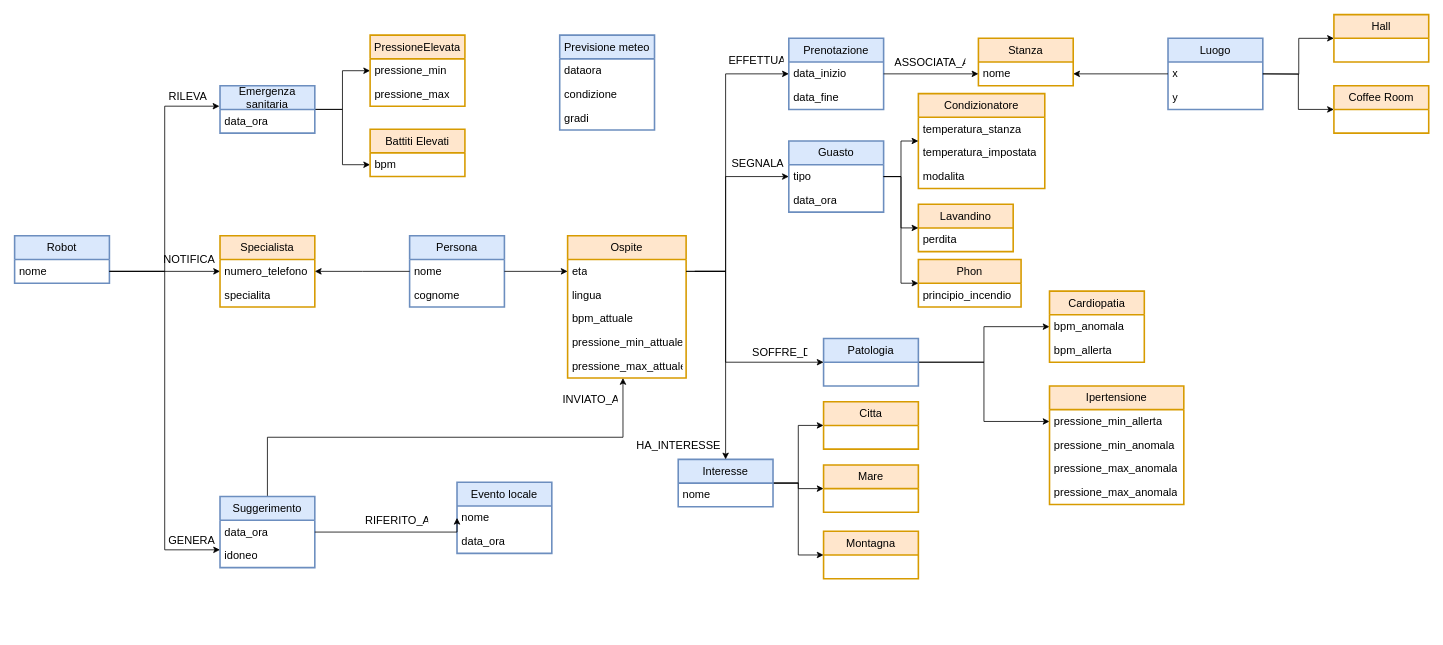
Above: src/knowledge_base/ontology.drawio in A-rgonaut/LM-32_HrR_Hotel-receptionist_Robot (draw.io), before the change. Source tidied: cells renumbered, new cells numbered last; positions are measured from the earlier drawing's top-left corner, leaving out a move shared by most shapes. Both pictures are drawn from the tidied source at 79%, with x=0, y=0 at pixel (14, 14).
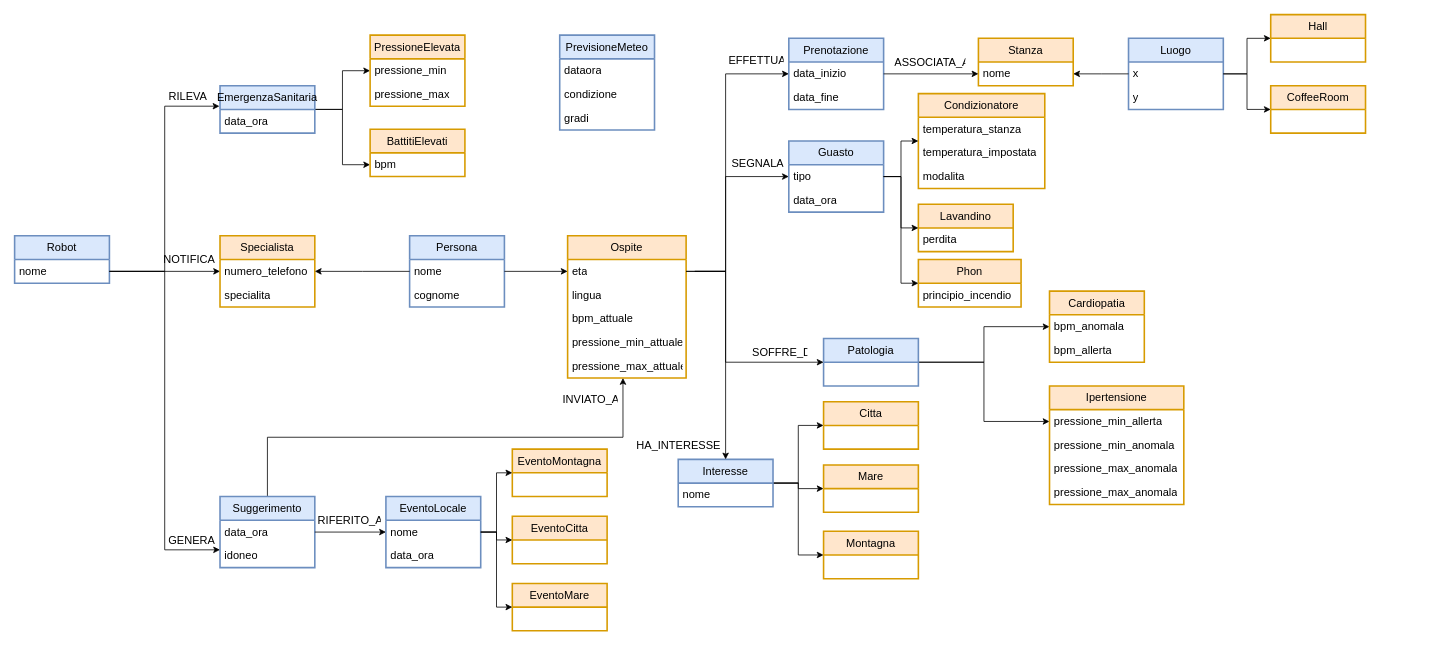
After the change.

The change refers to these unchanged cells:
```xml
<mxCell id="31" value="x" style="text;strokeColor=none;fillColor=none;align=left;verticalAlign=middle;spacingLeft=4;spacingRight=4;overflow=hidden;points=[[0,0.5],[1,0.5]];portConstraint=eastwest;whiteSpace=wrap;html=1;fontSize=14;fontFamily=Cambria;strokeWidth=2;" parent="30" vertex="1">
  <mxGeometry y="30" width="120" height="30" as="geometry" />
</mxCell>
<mxCell id="55" value="data_ora" style="text;strokeColor=none;fillColor=none;align=left;verticalAlign=middle;spacingLeft=4;spacingRight=4;overflow=hidden;points=[[0,0.5],[1,0.5]];portConstraint=eastwest;whiteSpace=wrap;html=1;fontSize=14;fontFamily=Cambria;strokeWidth=2;" parent="54" vertex="1">
  <mxGeometry y="30" width="120" height="30" as="geometry" />
</mxCell>
<mxCell id="58" value="nome" style="text;strokeColor=none;fillColor=none;align=left;verticalAlign=middle;spacingLeft=4;spacingRight=4;overflow=hidden;points=[[0,0.5],[1,0.5]];portConstraint=eastwest;whiteSpace=wrap;html=1;fontSize=14;fontFamily=Cambria;strokeWidth=2;" parent="57" vertex="1">
  <mxGeometry y="30" width="120" height="30" as="geometry" />
</mxCell>
```

What changed in the source:
```diff
@@
     <mxCell id="30" value="Luogo" style="swimlane;fontStyle=0;horizontal=1;startSize=30;whiteSpace=wrap;html=1;fontSize=14;fontFamily=Cambria;fillColor=#dae8fc;strokeColor=#6c8ebf;strokeWidth=2;" parent="1" vertex="1">
-      <mxGeometry x="1460" y="30" width="120" height="90" as="geometry" />
+      <mxGeometry x="1410" y="30" width="120" height="90" as="geometry" />
     </mxCell>
@@
-    <mxCell id="51" value="Emergenza&lt;div&gt;sanitaria&lt;/div&gt;" style="swimlane;fontStyle=0;horizontal=1;startSize=30;whiteSpace=wrap;html=1;fontSize=14;fontFamily=Cambria;fillColor=#dae8fc;strokeColor=#6c8ebf;strokeWidth=2;" parent="1" vertex="1">
+    <mxCell id="51" value="EmergenzaS&lt;span style=&quot;background-color: transparent; color: light-dark(rgb(0, 0, 0), rgb(255, 255, 255));&quot;&gt;anitaria&lt;/span&gt;" style="swimlane;fontStyle=0;horizontal=1;startSize=30;whiteSpace=wrap;html=1;fontSize=14;fontFamily=Cambria;fillColor=#dae8fc;strokeColor=#6c8ebf;strokeWidth=2;" parent="1" vertex="1">
       <mxGeometry x="260" y="90" width="120" height="60" as="geometry" />
     </mxCell>
@@
-    <mxCell id="57" value="Evento locale" style="swimlane;fontStyle=0;horizontal=1;startSize=30;whiteSpace=wrap;html=1;fontSize=14;fontFamily=Cambria;fillColor=#dae8fc;strokeColor=#6c8ebf;strokeWidth=2;" parent="1" vertex="1">
-      <mxGeometry x="560" y="592" width="120" height="90" as="geometry" />
+    <mxCell id="57" value="EventoLocale" style="swimlane;fontStyle=0;horizontal=1;startSize=30;whiteSpace=wrap;html=1;fontSize=14;fontFamily=Cambria;fillColor=#dae8fc;strokeColor=#6c8ebf;strokeWidth=2;" parent="1" vertex="1">
+      <mxGeometry x="470" y="610" width="120" height="90" as="geometry" />
     </mxCell>
@@
-    <mxCell id="60" value="Previsione meteo" style="swimlane;fontStyle=0;horizontal=1;startSize=30;whiteSpace=wrap;html=1;fontSize=14;fontFamily=Cambria;fillColor=#dae8fc;strokeColor=#6c8ebf;strokeWidth=2;" parent="1" vertex="1">
+    <mxCell id="60" value="PrevisioneMeteo" style="swimlane;fontStyle=0;horizontal=1;startSize=30;whiteSpace=wrap;html=1;fontSize=14;fontFamily=Cambria;fillColor=#dae8fc;strokeColor=#6c8ebf;strokeWidth=2;" parent="1" vertex="1">
       <mxGeometry x="690" y="26" width="120" height="120" as="geometry" />
     </mxCell>
@@
     <mxCell id="71" value="RIFERITO_A" style="text;strokeColor=none;fillColor=none;align=right;verticalAlign=middle;spacingLeft=4;spacingRight=4;overflow=hidden;whiteSpace=wrap;html=1;fontSize=14;fontFamily=Cambria;strokeWidth=2;" parent="1" vertex="1">
-      <mxGeometry x="440" y="623" width="90" height="34" as="geometry" />
+      <mxGeometry x="380" y="623" width="90" height="34" as="geometry" />
     </mxCell>
@@
-    <mxCell id="76" value="Battiti Elevati" style="swimlane;fontStyle=0;horizontal=1;startSize=30;whiteSpace=wrap;html=1;fontSize=14;fontFamily=Cambria;fillColor=#ffe6cc;strokeColor=#d79b00;strokeWidth=2;" parent="1" vertex="1">
+    <mxCell id="76" value="BattitiElevati" style="swimlane;fontStyle=0;horizontal=1;startSize=30;whiteSpace=wrap;html=1;fontSize=14;fontFamily=Cambria;fillColor=#ffe6cc;strokeColor=#d79b00;strokeWidth=2;" parent="1" vertex="1">
       <mxGeometry x="450" y="145" width="120" height="60" as="geometry" />
     </mxCell>
@@
-    <mxCell id="81" value="Coffee Room" style="swimlane;fontStyle=0;horizontal=1;startSize=30;whiteSpace=wrap;html=1;fontSize=14;fontFamily=Cambria;fillColor=#ffe6cc;strokeColor=#d79b00;strokeWidth=2;" parent="1" vertex="1">
-      <mxGeometry x="1670" y="90" width="120" height="60" as="geometry" />
+    <mxCell id="81" value="CoffeeRoom" style="swimlane;fontStyle=0;horizontal=1;startSize=30;whiteSpace=wrap;html=1;fontSize=14;fontFamily=Cambria;fillColor=#ffe6cc;strokeColor=#d79b00;strokeWidth=2;" parent="1" vertex="1">
+      <mxGeometry x="1590" y="90" width="120" height="60" as="geometry" />
     </mxCell>
     <mxCell id="82" value="Hall" style="swimlane;fontStyle=0;horizontal=1;startSize=30;whiteSpace=wrap;html=1;fontSize=14;fontFamily=Cambria;fillColor=#ffe6cc;strokeColor=#d79b00;strokeWidth=2;" parent="1" vertex="1">
-      <mxGeometry x="1670" width="120" height="60" as="geometry" />
+      <mxGeometry x="1590" width="120" height="60" as="geometry" />
     </mxCell>
@@
-    <mxCell id="96" style="edgeStyle=orthogonalEdgeStyle;rounded=0;jettySize=auto;html=1;entryX=0;entryY=0.5;entryDx=0;entryDy=0;" parent="1" edge="1" target="82">
-      <mxGeometry relative="1" as="geometry">
-        <mxPoint x="1580" y="75" as="sourcePoint" />
-      </mxGeometry>
-    </mxCell>
@@
-    <mxCell id="102" style="edgeStyle=orthogonalEdgeStyle;rounded=0;jettySize=auto;html=1;exitX=1;exitY=0.5;exitDx=0;exitDy=0;entryX=0;entryY=0.5;entryDx=0;entryDy=0;" parent="1" edge="1" source="55" target="58">
-      <mxGeometry relative="1" as="geometry">
-        <Array as="points">
-          <mxPoint x="560" y="655" />
-        </Array>
-      </mxGeometry>
-    </mxCell>
+    <mxCell id="103" style="edgeStyle=orthogonalEdgeStyle;rounded=0;jettySize=auto;html=1;exitX=1;exitY=0.5;exitDx=0;exitDy=0;entryX=0;entryY=0.5;entryDx=0;entryDy=0;" parent="1" edge="1" source="55" target="57">
+      <mxGeometry relative="1" as="geometry" />
+    </mxCell>
+    <mxCell id="104" value="EventoMontagna" style="swimlane;fontStyle=0;horizontal=1;startSize=30;whiteSpace=wrap;html=1;fontSize=14;fontFamily=Cambria;fillColor=#ffe6cc;strokeColor=#d79b00;strokeWidth=2;" parent="1" vertex="1">
+      <mxGeometry x="630" y="550" width="120" height="60" as="geometry" />
+    </mxCell>
+    <mxCell id="105" value="EventoMare" style="swimlane;fontStyle=0;horizontal=1;startSize=30;whiteSpace=wrap;html=1;fontSize=14;fontFamily=Cambria;fillColor=#ffe6cc;strokeColor=#d79b00;strokeWidth=2;" parent="1" vertex="1">
+      <mxGeometry x="630" y="720" width="120" height="60" as="geometry" />
+    </mxCell>
+    <mxCell id="106" value="EventoCitta" style="swimlane;fontStyle=0;horizontal=1;startSize=30;whiteSpace=wrap;html=1;fontSize=14;fontFamily=Cambria;fillColor=#ffe6cc;strokeColor=#d79b00;strokeWidth=2;" parent="1" vertex="1">
+      <mxGeometry x="630" y="635" width="120" height="60" as="geometry" />
+    </mxCell>
+    <mxCell id="107" style="edgeStyle=orthogonalEdgeStyle;rounded=0;jettySize=auto;html=1;exitX=1;exitY=0.5;exitDx=0;exitDy=0;entryX=0;entryY=0.5;entryDx=0;entryDy=0;" parent="1" edge="1" source="58" target="104">
+      <mxGeometry relative="1" as="geometry" />
+    </mxCell>
+    <mxCell id="108" style="edgeStyle=orthogonalEdgeStyle;rounded=0;jettySize=auto;html=1;exitX=1;exitY=0.5;exitDx=0;exitDy=0;entryX=0;entryY=0.5;entryDx=0;entryDy=0;" parent="1" edge="1" source="58" target="106">
+      <mxGeometry relative="1" as="geometry" />
+    </mxCell>
+    <mxCell id="109" style="edgeStyle=orthogonalEdgeStyle;rounded=0;jettySize=auto;html=1;exitX=1;exitY=0.5;exitDx=0;exitDy=0;entryX=0;entryY=0.5;entryDx=0;entryDy=0;" parent="1" edge="1" source="58" target="105">
+      <mxGeometry relative="1" as="geometry" />
+    </mxCell>
+    <mxCell id="110" style="edgeStyle=orthogonalEdgeStyle;rounded=0;jettySize=auto;html=1;exitX=1;exitY=0.5;exitDx=0;exitDy=0;entryX=0;entryY=0.5;entryDx=0;entryDy=0;" parent="1" edge="1" source="31" target="82">
+      <mxGeometry relative="1" as="geometry" />
+    </mxCell>
```
